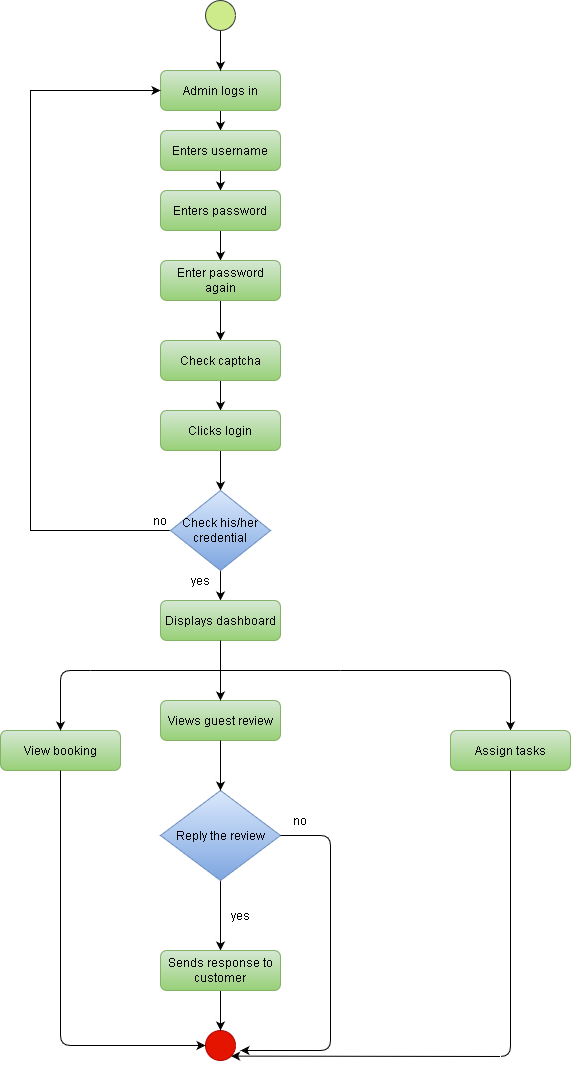
The draw.io diagram Diagrams/Activity Diagram/admin.png in Sonja17/Hotel-Management-System, before a commit. Source tidied: cells renumbered, new cells last; positions are measured from the earlier drawing's top-left corner, leaving out a move shared by most shapes.
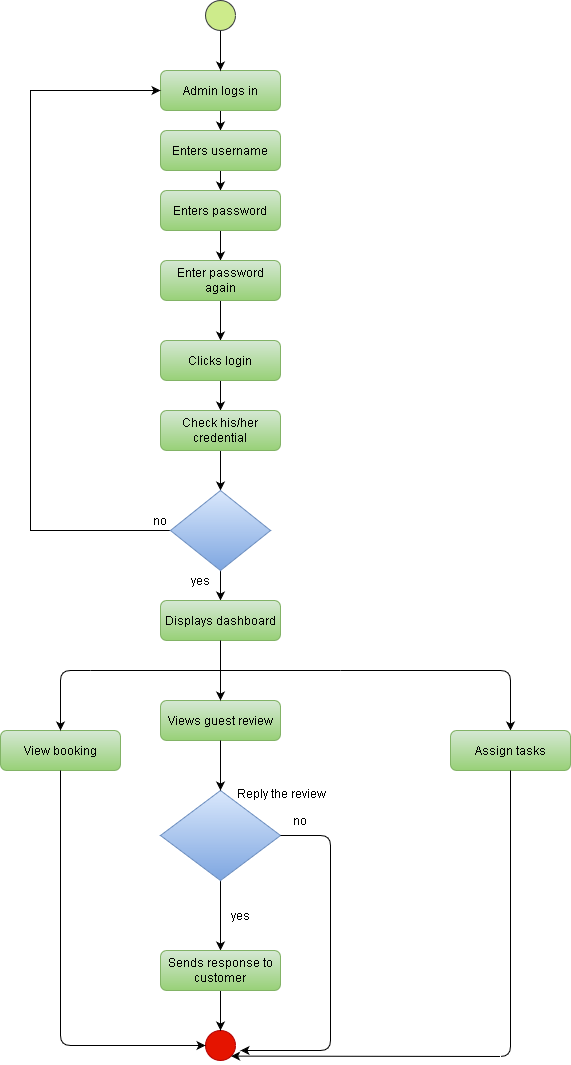
Above is the later version.

Diff of the diagram source:
```diff
@@ -49,7 +49,7 @@
         <mxPoint x="220" y="490" as="targetPoint" />
       </mxGeometry>
     </mxCell>
-    <mxCell id="12" value="Clicks login" style="rounded=1;whiteSpace=wrap;html=1;fontSize=12;glass=0;strokeWidth=1;shadow=0;fillColor=#d5e8d4;strokeColor=#82b366;gradientColor=#97d077;" parent="1" vertex="1">
+    <mxCell id="12" value="Check his/her credential" style="rounded=1;whiteSpace=wrap;html=1;fontSize=12;glass=0;strokeWidth=1;shadow=0;fillColor=#d5e8d4;strokeColor=#82b366;gradientColor=#97d077;" parent="1" vertex="1">
       <mxGeometry x="160" y="410" width="120" height="40" as="geometry" />
     </mxCell>
     <mxCell id="13" style="edgeStyle=orthogonalEdgeStyle;rounded=0;jettySize=auto;html=1;" parent="1" edge="1" source="15">
@@ -65,7 +65,7 @@
         </Array>
       </mxGeometry>
     </mxCell>
-    <mxCell id="15" value="Check his/her credential" style="rhombus;whiteSpace=wrap;html=1;fillColor=#dae8fc;strokeColor=#6c8ebf;gradientColor=#7ea6e0;" parent="1" vertex="1">
+    <mxCell id="15" style="rhombus;whiteSpace=wrap;html=1;fillColor=#dae8fc;strokeColor=#6c8ebf;gradientColor=#7ea6e0;" parent="1" vertex="1">
       <mxGeometry x="170" y="490" width="100" height="80" as="geometry" />
     </mxCell>
     <mxCell id="16" style="edgeStyle=orthogonalEdgeStyle;rounded=0;orthogonalLoop=1;jettySize=auto;html=1;" parent="1" edge="1">
@@ -74,7 +74,7 @@
         <mxPoint x="220" y="690" as="targetPoint" />
       </mxGeometry>
     </mxCell>
-    <mxCell id="17" value="Check captcha" style="rounded=1;whiteSpace=wrap;html=1;fontSize=12;glass=0;strokeWidth=1;shadow=0;fillColor=#d5e8d4;strokeColor=#82b366;gradientColor=#97d077;" parent="1" vertex="1">
+    <mxCell id="17" value="Clicks login" style="rounded=1;whiteSpace=wrap;html=1;fontSize=12;glass=0;strokeWidth=1;shadow=0;fillColor=#d5e8d4;strokeColor=#82b366;gradientColor=#97d077;" parent="1" vertex="1">
       <mxGeometry x="160" y="340" width="120" height="40" as="geometry" />
     </mxCell>
     <mxCell id="18" value="yes" style="text;html=1;strokeColor=none;fillColor=none;align=center;verticalAlign=middle;whiteSpace=wrap;rounded=0;" parent="1" vertex="1">
@@ -117,7 +117,7 @@
     <mxCell id="29" style="endArrow=classic;html=1;exitX=0.5;exitY=1;exitDx=0;exitDy=0;entryX=0.5;entryY=0;entryDx=0;entryDy=0;" parent="1" edge="1" source="27" target="28">
       <mxGeometry relative="1" as="geometry" />
     </mxCell>
-    <mxCell id="30" value="Reply the review" style="rhombus;whiteSpace=wrap;html=1;fillColor=#dae8fc;strokeColor=#6c8ebf;gradientColor=#7ea6e0;" parent="1" vertex="1">
+    <mxCell id="30" style="rhombus;whiteSpace=wrap;html=1;fillColor=#dae8fc;strokeColor=#6c8ebf;gradientColor=#7ea6e0;" parent="1" vertex="1">
       <mxGeometry x="160" y="790" width="120" height="90" as="geometry" />
     </mxCell>
     <mxCell id="31" style="endArrow=classic;html=1;exitX=0.5;exitY=1;exitDx=0;exitDy=0;entryX=0.5;entryY=0;entryDx=0;entryDy=0;" parent="1" edge="1" source="28" target="30">
@@ -179,5 +179,8 @@
         </Array>
       </mxGeometry>
     </mxCell>
+    <mxCell id="41" value="&lt;!--StartFragment--&gt;Reply the review&lt;!--EndFragment--&gt;" style="text;whiteSpace=wrap;html=1;" parent="1" vertex="1">
+      <mxGeometry x="235" y="780" width="110" height="30" as="geometry" />
+    </mxCell>
   </root>
 </mxGraphModel>
```
